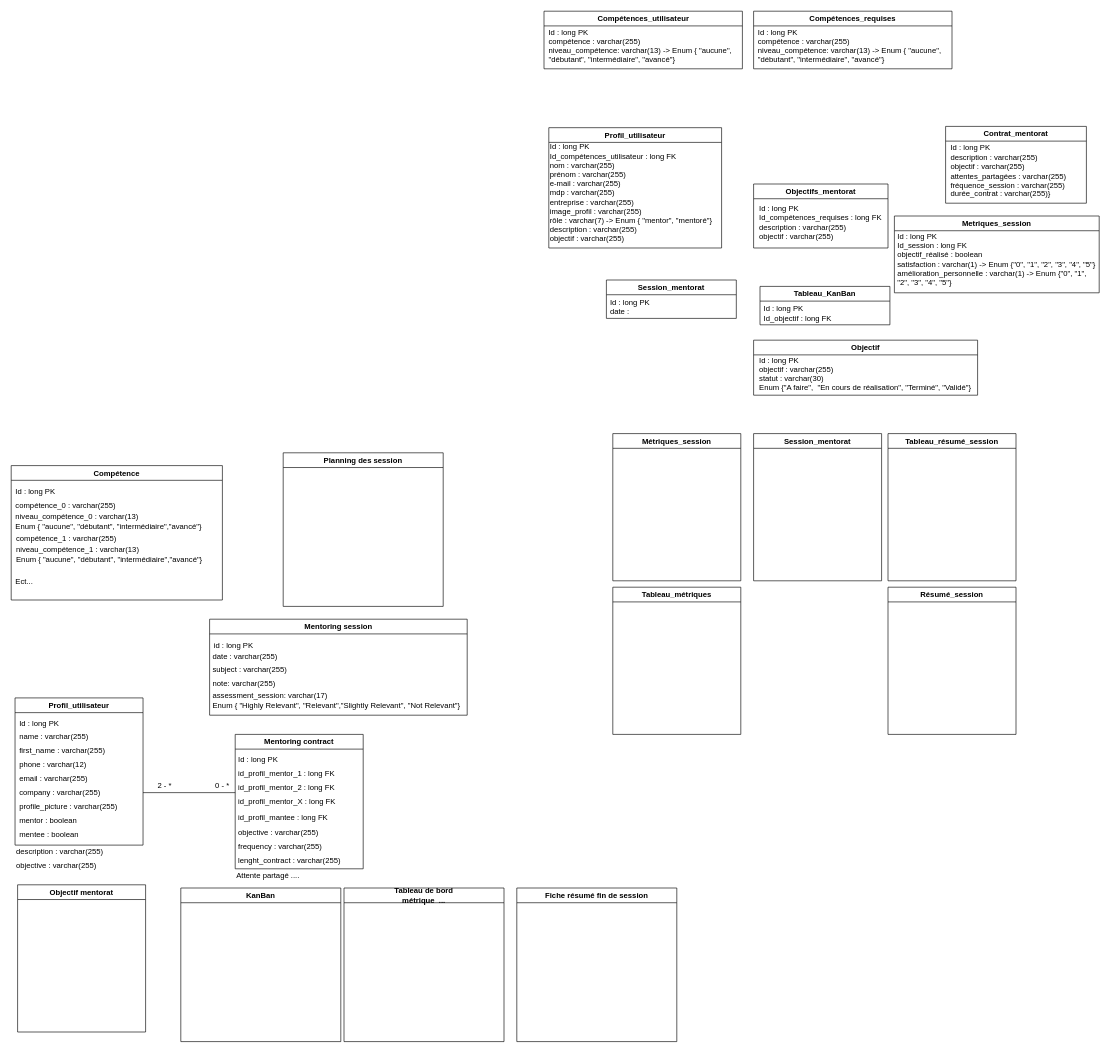
Before: Modèle de domaine/Untitled Diagram.drawio in qbeAccountPro/beraud-quentin-projet-3, a draw.io diagram. Source tidied: cells renumbered, new cells numbered last; positions are measured from the earlier drawing's top-left corner, leaving out a move shared by most shapes. Both pictures are drawn from the tidied source at 64%, with x=0, y=0 at pixel (11, 11).
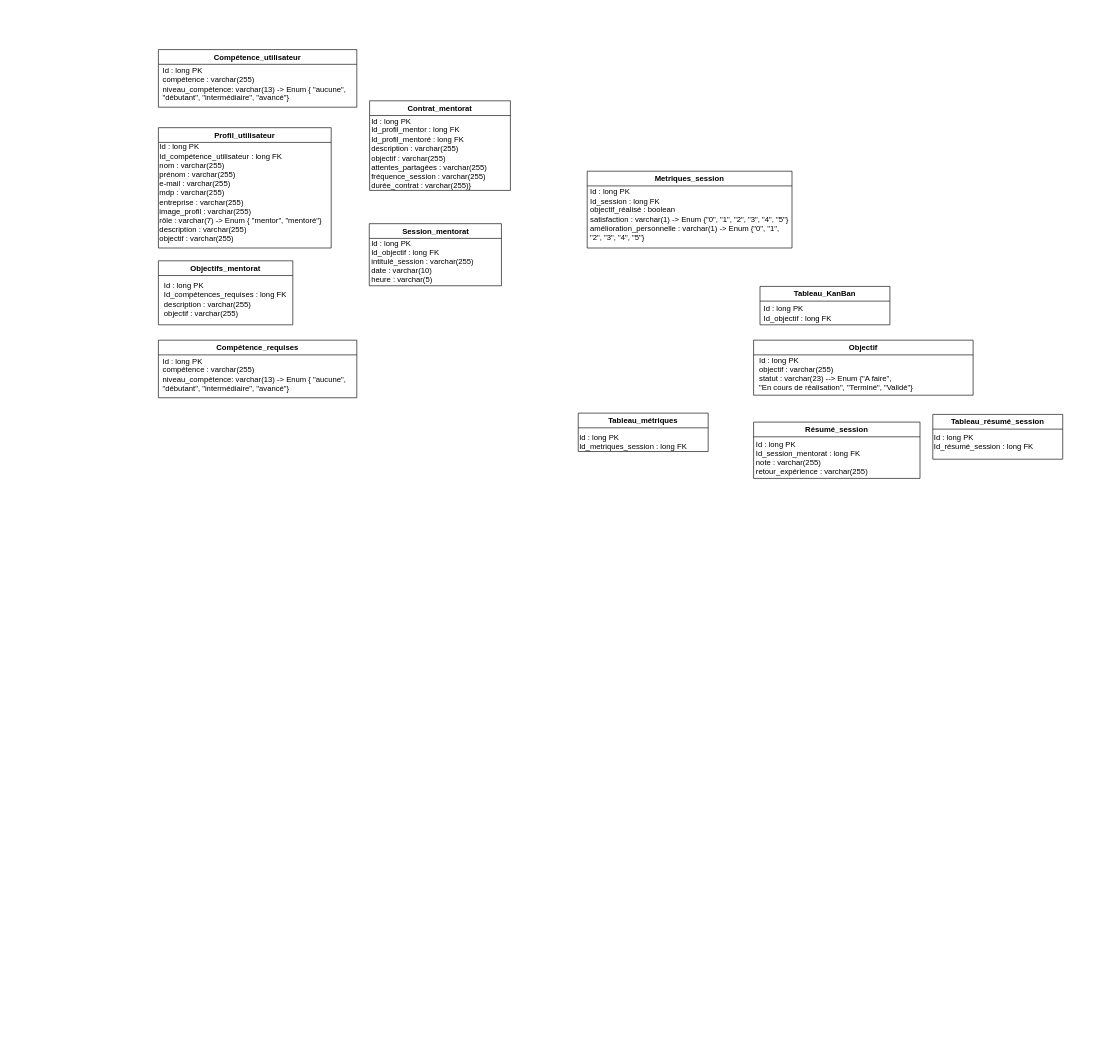
After the change.

Change to the diagram source:
```diff
@@
-    <mxCell id="2" value="Mentoring session" style="swimlane;whiteSpace=wrap;html=1;startSize=23;" parent="1" vertex="1">
-      <mxGeometry x="310" y="950" width="402.5" height="150" as="geometry" />
-    </mxCell>
-    <mxCell id="3" value="&lt;span style=&quot;background-color: initial;&quot;&gt;id : long PK&lt;/span&gt;" style="text;html=1;strokeColor=none;fillColor=none;align=left;verticalAlign=middle;whiteSpace=wrap;rounded=0;fontStyle=0;" parent="2" vertex="1">
-      <mxGeometry x="5" y="30" width="195" height="22" as="geometry" />
-    </mxCell>
-    <mxCell id="4" value="&lt;span style=&quot;background-color: initial;&quot;&gt;date :&amp;nbsp;&lt;/span&gt;varchar(255)" style="text;html=1;strokeColor=none;fillColor=none;align=left;verticalAlign=middle;whiteSpace=wrap;rounded=0;fontStyle=0;" parent="2" vertex="1">
-      <mxGeometry x="2.5" y="47" width="195" height="22" as="geometry" />
-    </mxCell>
-    <mxCell id="5" value="&lt;span style=&quot;background-color: initial;&quot;&gt;subject :&amp;nbsp;&lt;/span&gt;varchar(255)" style="text;html=1;strokeColor=none;fillColor=none;align=left;verticalAlign=middle;whiteSpace=wrap;rounded=0;fontStyle=0;" parent="2" vertex="1">
-      <mxGeometry x="2.5" y="68" width="195" height="22" as="geometry" />
-    </mxCell>
-    <mxCell id="6" value="&lt;span style=&quot;background-color: initial;&quot;&gt;note:&amp;nbsp;&lt;/span&gt;varchar(255)" style="text;html=1;strokeColor=none;fillColor=none;align=left;verticalAlign=middle;whiteSpace=wrap;rounded=0;fontStyle=0;" parent="2" vertex="1">
-      <mxGeometry x="2.5" y="90" width="195" height="22" as="geometry" />
-    </mxCell>
-    <mxCell id="7" value="&lt;span style=&quot;background-color: initial;&quot;&gt;assessment_session:&amp;nbsp;&lt;/span&gt;varchar(17)&lt;br&gt;Enum { &quot;Highly Relevant&quot;, &quot;Relevant&quot;,&quot;Slightly Relevant&quot;, &quot;Not Relevant&quot;&lt;span style=&quot;background-color: initial;&quot;&gt;}&lt;/span&gt;" style="text;html=1;strokeColor=none;fillColor=none;align=left;verticalAlign=middle;whiteSpace=wrap;rounded=0;fontStyle=0;" parent="2" vertex="1">
-      <mxGeometry x="2.5" y="112" width="397.5" height="30" as="geometry" />
-    </mxCell>
-    <mxCell id="8" value="Mentoring contract" style="swimlane;whiteSpace=wrap;html=1;startSize=23;" parent="1" vertex="1">
-      <mxGeometry x="350" y="1130" width="200" height="210" as="geometry" />
-    </mxCell>
-    <mxCell id="9" value="objective&lt;span style=&quot;background-color: initial;&quot;&gt;&amp;nbsp;: varchar(255)&lt;/span&gt;" style="text;html=1;strokeColor=none;fillColor=none;align=left;verticalAlign=middle;whiteSpace=wrap;rounded=0;fontStyle=0;" parent="8" vertex="1">
-      <mxGeometry x="2.5" y="142" width="195" height="22" as="geometry" />
-    </mxCell>
-    <mxCell id="10" value="id_profil_mentor_1 : long FK" style="text;html=1;strokeColor=none;fillColor=none;align=left;verticalAlign=middle;whiteSpace=wrap;rounded=0;fontStyle=0;" parent="8" vertex="1">
-      <mxGeometry x="2.5" y="50" width="195" height="22" as="geometry" />
-    </mxCell>
-    <mxCell id="11" value="&lt;span style=&quot;background-color: initial;&quot;&gt;Id : long PK&lt;/span&gt;" style="text;html=1;strokeColor=none;fillColor=none;align=left;verticalAlign=middle;whiteSpace=wrap;rounded=0;fontStyle=0;" parent="8" vertex="1">
-      <mxGeometry x="2.5" y="28" width="195" height="22" as="geometry" />
-    </mxCell>
-    <mxCell id="12" value="id_profil_mantee : long FK" style="text;html=1;strokeColor=none;fillColor=none;align=left;verticalAlign=middle;whiteSpace=wrap;rounded=0;fontStyle=0;" parent="8" vertex="1">
-      <mxGeometry x="2.5" y="120" width="195" height="22" as="geometry" />
-    </mxCell>
-    <mxCell id="13" value="frequency : varchar(255)" style="text;html=1;strokeColor=none;fillColor=none;align=left;verticalAlign=middle;whiteSpace=wrap;rounded=0;fontStyle=0;" parent="8" vertex="1">
-      <mxGeometry x="2.5" y="165" width="195" height="21" as="geometry" />
-    </mxCell>
-    <mxCell id="14" value="lenght_contract : varchar(255)" style="text;html=1;strokeColor=none;fillColor=none;align=left;verticalAlign=middle;whiteSpace=wrap;rounded=0;fontStyle=0;" parent="8" vertex="1">
-      <mxGeometry x="2.5" y="186" width="195" height="21" as="geometry" />
-    </mxCell>
-    <mxCell id="15" value="id_profil_mentor_2 : long FK" style="text;html=1;strokeColor=none;fillColor=none;align=left;verticalAlign=middle;whiteSpace=wrap;rounded=0;fontStyle=0;" parent="8" vertex="1">
-      <mxGeometry x="2.5" y="72" width="195" height="22" as="geometry" />
-    </mxCell>
-    <mxCell id="16" value="id_profil_mentor_X : long FK" style="text;html=1;strokeColor=none;fillColor=none;align=left;verticalAlign=middle;whiteSpace=wrap;rounded=0;fontStyle=0;" parent="8" vertex="1">
-      <mxGeometry x="2.5" y="94" width="195" height="22" as="geometry" />
-    </mxCell>
-    <mxCell id="17" value="Tableau de bord&lt;br&gt;métrique&amp;nbsp; ..." style="swimlane;whiteSpace=wrap;html=1;" parent="1" vertex="1">
-      <mxGeometry x="520" y="1370" width="250" height="240" as="geometry" />
-    </mxCell>
-    <mxCell id="18" value="Compétence" style="swimlane;whiteSpace=wrap;html=1;" parent="1" vertex="1">
-      <mxGeometry y="710" width="330" height="210" as="geometry" />
-    </mxCell>
-    <mxCell id="19" value="Id : long PK" style="text;html=1;strokeColor=none;fillColor=none;align=left;verticalAlign=middle;whiteSpace=wrap;rounded=0;fontStyle=0;" parent="18" vertex="1">
-      <mxGeometry x="5" y="30" width="115" height="22" as="geometry" />
-    </mxCell>
-    <mxCell id="20" value="compétence_0 : varchar(255)" style="text;html=1;strokeColor=none;fillColor=none;align=left;verticalAlign=middle;whiteSpace=wrap;rounded=0;fontStyle=0;" parent="18" vertex="1">
-      <mxGeometry x="5" y="52" width="175" height="22" as="geometry" />
-    </mxCell>
-    <mxCell id="21" value="niveau_compétence_0 : varchar(13) &lt;br&gt;Enum { &quot;aucune&quot;, &quot;débutant&quot;, &quot;intermédiaire&quot;,&quot;avancé&quot;}" style="text;html=1;strokeColor=none;fillColor=none;align=left;verticalAlign=middle;whiteSpace=wrap;rounded=0;fontStyle=0;" parent="18" vertex="1">
-      <mxGeometry x="5" y="74" width="325" height="26" as="geometry" />
-    </mxCell>
-    <mxCell id="22" value="Ect..." style="text;html=1;strokeColor=none;fillColor=none;align=left;verticalAlign=middle;whiteSpace=wrap;rounded=0;fontStyle=0;" parent="18" vertex="1">
-      <mxGeometry x="5" y="170" width="175" height="22" as="geometry" />
-    </mxCell>
-    <mxCell id="23" style="endArrow=none;html=1;rounded=0;spacing=0;entryX=1;entryY=0.5;entryDx=0;entryDy=0;" parent="1" edge="1" target="36">
-      <mxGeometry relative="1" as="geometry">
-        <mxPoint x="350" y="1221" as="sourcePoint" />
-      </mxGeometry>
-    </mxCell>
-    <mxCell id="24" value="0 - *" style="text;html=1;strokeColor=none;fillColor=none;align=center;verticalAlign=middle;whiteSpace=wrap;rounded=0;spacing=0;fontSize=12;labelPosition=center;verticalLabelPosition=middle;" parent="1" vertex="1">
-      <mxGeometry x="320" y="1200" width="20" height="20" as="geometry" />
-    </mxCell>
-    <mxCell id="25" value="2 - *" style="text;html=1;strokeColor=none;fillColor=none;align=center;verticalAlign=middle;whiteSpace=wrap;rounded=0;spacing=0;fontSize=12;labelPosition=center;verticalLabelPosition=middle;" parent="1" vertex="1">
-      <mxGeometry x="230" y="1200" width="20" height="20" as="geometry" />
-    </mxCell>
-    <mxCell id="26" value="compétence_1 : varchar(255)" style="text;html=1;strokeColor=none;fillColor=none;align=left;verticalAlign=middle;whiteSpace=wrap;rounded=0;fontStyle=0;" parent="1" vertex="1">
-      <mxGeometry x="6" y="814" width="175" height="22" as="geometry" />
-    </mxCell>
-    <mxCell id="27" value="niveau_compétence_1 : varchar(13) &lt;br&gt;Enum { &quot;aucune&quot;, &quot;débutant&quot;, &quot;intermédiaire&quot;,&quot;avancé&quot;}" style="text;html=1;strokeColor=none;fillColor=none;align=left;verticalAlign=middle;whiteSpace=wrap;rounded=0;fontStyle=0;" parent="1" vertex="1">
-      <mxGeometry x="6" y="836" width="325" height="26" as="geometry" />
-    </mxCell>
-    <mxCell id="28" value="Profil_utilisateur" style="swimlane;whiteSpace=wrap;html=1;" parent="1" vertex="1">
-      <mxGeometry x="6" y="1073" width="200" height="230" as="geometry" />
-    </mxCell>
-    <mxCell id="29" value="Id : long PK" style="text;html=1;strokeColor=none;fillColor=none;align=left;verticalAlign=middle;whiteSpace=wrap;rounded=0;fontStyle=0;" parent="28" vertex="1">
-      <mxGeometry x="5" y="30" width="115" height="22" as="geometry" />
-    </mxCell>
-    <mxCell id="30" value="name : varchar(255)" style="text;html=1;strokeColor=none;fillColor=none;align=left;verticalAlign=middle;whiteSpace=wrap;rounded=0;fontStyle=0;" parent="28" vertex="1">
-      <mxGeometry x="5" y="49" width="125" height="22" as="geometry" />
-    </mxCell>
-    <mxCell id="31" value="first_name : varchar(255)" style="text;html=1;strokeColor=none;fillColor=none;align=left;verticalAlign=middle;whiteSpace=wrap;rounded=0;fontStyle=0;" parent="28" vertex="1">
-      <mxGeometry x="5" y="71" width="195" height="22" as="geometry" />
-    </mxCell>
-    <mxCell id="32" value="phone : varchar(12)" style="text;html=1;strokeColor=none;fillColor=none;align=left;verticalAlign=middle;whiteSpace=wrap;rounded=0;fontStyle=0;" parent="28" vertex="1">
-      <mxGeometry x="5" y="93" width="195" height="22" as="geometry" />
-    </mxCell>
-    <mxCell id="33" value="email : varchar(255)" style="text;html=1;strokeColor=none;fillColor=none;align=left;verticalAlign=middle;whiteSpace=wrap;rounded=0;fontStyle=0;" parent="28" vertex="1">
-      <mxGeometry x="5" y="115" width="195" height="22" as="geometry" />
-    </mxCell>
-    <mxCell id="34" value="&lt;span style=&quot;background-color: initial;&quot;&gt;mentor : boolean&lt;/span&gt;" style="text;html=1;strokeColor=none;fillColor=none;align=left;verticalAlign=middle;whiteSpace=wrap;rounded=0;fontStyle=0;" parent="28" vertex="1">
-      <mxGeometry x="5" y="181" width="195" height="22" as="geometry" />
-    </mxCell>
-    <mxCell id="35" value="&lt;span style=&quot;background-color: initial;&quot;&gt;mentee : boolean&lt;/span&gt;" style="text;html=1;strokeColor=none;fillColor=none;align=left;verticalAlign=middle;whiteSpace=wrap;rounded=0;fontStyle=0;" parent="28" vertex="1">
-      <mxGeometry x="5" y="203" width="195" height="22" as="geometry" />
-    </mxCell>
-    <mxCell id="36" value="&lt;span style=&quot;background-color: initial;&quot;&gt;company : varchar(255)&lt;/span&gt;" style="text;html=1;strokeColor=none;fillColor=none;align=left;verticalAlign=middle;whiteSpace=wrap;rounded=0;fontStyle=0;" parent="28" vertex="1">
-      <mxGeometry x="5" y="137" width="195" height="22" as="geometry" />
-    </mxCell>
-    <mxCell id="37" value="profile_picture : varchar(255)" style="text;html=1;strokeColor=none;fillColor=none;align=left;verticalAlign=middle;whiteSpace=wrap;rounded=0;fontStyle=0;" parent="28" vertex="1">
-      <mxGeometry x="5" y="159" width="175" height="22" as="geometry" />
-    </mxCell>
-    <mxCell id="38" value="Fiche résumé fin de session" style="swimlane;whiteSpace=wrap;html=1;" parent="1" vertex="1">
-      <mxGeometry x="790" y="1370" width="250" height="240" as="geometry" />
-    </mxCell>
-    <mxCell id="39" value="objective : varchar(255)" style="text;html=1;strokeColor=none;fillColor=none;align=left;verticalAlign=middle;whiteSpace=wrap;rounded=0;fontStyle=0;" parent="1" vertex="1">
-      <mxGeometry x="6" y="1325" width="175" height="22" as="geometry" />
-    </mxCell>
-    <mxCell id="40" value="description : varchar(255)" style="text;html=1;strokeColor=none;fillColor=none;align=left;verticalAlign=middle;whiteSpace=wrap;rounded=0;fontStyle=0;" parent="1" vertex="1">
-      <mxGeometry x="6" y="1303" width="175" height="22" as="geometry" />
-    </mxCell>
-    <mxCell id="41" value="Attente partagé ...." style="text;html=1;strokeColor=none;fillColor=none;align=left;verticalAlign=middle;whiteSpace=wrap;rounded=0;fontStyle=0;" parent="1" vertex="1">
-      <mxGeometry x="350" y="1340" width="195" height="21" as="geometry" />
-    </mxCell>
-    <mxCell id="42" value="KanBan" style="swimlane;whiteSpace=wrap;html=1;" parent="1" vertex="1">
-      <mxGeometry x="265" y="1370" width="250" height="240" as="geometry" />
-    </mxCell>
-    <mxCell id="43" value="Planning des session" style="swimlane;whiteSpace=wrap;html=1;" parent="1" vertex="1">
-      <mxGeometry x="425" y="690" width="250" height="240" as="geometry" />
-    </mxCell>
-    <mxCell id="44" value="Objectif mentorat" style="swimlane;whiteSpace=wrap;html=1;" parent="1" vertex="1">
-      <mxGeometry x="10" y="1365" width="200" height="230" as="geometry" />
-    </mxCell>
     <mxCell id="45" value="Profil_utilisateur" style="swimlane;whiteSpace=wrap;html=1;" parent="1" vertex="1">
-      <mxGeometry x="840" y="182" width="270" height="188" as="geometry" />
+      <mxGeometry x="230" y="182" width="270" height="188" as="geometry" />
     </mxCell>
-    <mxCell id="46" value="Id : long PK&lt;br&gt;Id_compétences_utilisateur : long FK&lt;br&gt;nom : varchar(255)&lt;br&gt;prénom : varchar(255)&lt;br&gt;e-mail : varchar(255)&lt;br&gt;mdp : varchar(255)&lt;br&gt;entreprise : varchar(255)&lt;br&gt;image_profil : varchar(255)&lt;br&gt;rôle : varchar(7) -&amp;gt; Enum { &quot;mentor&quot;, &quot;mentoré&quot;}&lt;br&gt;description : varchar(255)&lt;br&gt;objectif : varchar(255)" style="text;html=1;strokeColor=none;fillColor=none;align=left;verticalAlign=middle;whiteSpace=wrap;rounded=1;fontStyle=0;" parent="45" vertex="1">
+    <mxCell id="46" value="Id : long PK&lt;br&gt;Id_compétence_utilisateur : long FK&lt;br&gt;nom : varchar(255)&lt;br&gt;prénom : varchar(255)&lt;br&gt;e-mail : varchar(255)&lt;br&gt;mdp : varchar(255)&lt;br&gt;entreprise : varchar(255)&lt;br&gt;image_profil : varchar(255)&lt;br&gt;rôle : varchar(7) -&amp;gt; Enum { &quot;mentor&quot;, &quot;mentoré&quot;}&lt;br&gt;description : varchar(255)&lt;br&gt;objectif : varchar(255)" style="text;html=1;strokeColor=none;fillColor=none;align=left;verticalAlign=middle;whiteSpace=wrap;rounded=1;fontStyle=0;" parent="45" vertex="1">
       <mxGeometry y="24" width="260" height="155" as="geometry" />
     </mxCell>
     <mxCell id="47" value="Objectifs_mentorat" style="swimlane;whiteSpace=wrap;html=1;" parent="1" vertex="1">
-      <mxGeometry x="1160" y="270" width="210" height="100" as="geometry" />
+      <mxGeometry x="230" y="390" width="210" height="100" as="geometry" />
     </mxCell>
@@
     <mxCell id="49" value="Contrat_mentorat" style="swimlane;whiteSpace=wrap;html=1;" parent="1" vertex="1">
-      <mxGeometry x="1460" y="180" width="220" height="120" as="geometry" />
+      <mxGeometry x="560" y="140" width="220" height="140" as="geometry" />
     </mxCell>
-    <mxCell id="50" value="Id : long PK&lt;br&gt;description : varchar(255)&lt;br&gt;objectif : varchar(255)&lt;br&gt;attentes_partagées : varchar(255)&lt;br&gt;fréquence_session : varchar(255)&lt;br&gt;durée_contrat : varchar(255)}" style="text;html=1;strokeColor=none;fillColor=none;align=left;verticalAlign=middle;whiteSpace=wrap;rounded=1;fontStyle=0;" parent="49" vertex="1">
-      <mxGeometry x="6" y="25" width="200" height="90" as="geometry" />
+    <mxCell id="50" value="Id : long PK&lt;br&gt;Id_profil_mentor : long FK&lt;br&gt;Id_profil_mentoré : long FK&lt;br&gt;description : varchar(255)&lt;br&gt;objectif : varchar(255)&lt;br&gt;attentes_partagées : varchar(255)&lt;br&gt;fréquence_session : varchar(255)&lt;br&gt;durée_contrat : varchar(255)}" style="text;html=1;strokeColor=none;fillColor=none;align=left;verticalAlign=middle;whiteSpace=wrap;rounded=1;fontStyle=0;" parent="49" vertex="1">
+      <mxGeometry x="1.2" y="24.5" width="200" height="115" as="geometry" />
     </mxCell>
     <mxCell id="51" value="Session_mentorat" style="swimlane;whiteSpace=wrap;html=1;startSize=23;" parent="1" vertex="1">
-      <mxGeometry x="930" y="420" width="203" height="60" as="geometry" />
+      <mxGeometry x="559.5" y="332" width="206.5" height="97" as="geometry" />
     </mxCell>
-    <mxCell id="52" value="Id : long PK&lt;br&gt;date :&amp;nbsp;" style="text;html=1;strokeColor=none;fillColor=none;align=left;verticalAlign=middle;whiteSpace=wrap;rounded=1;fontStyle=0;" parent="51" vertex="1">
-      <mxGeometry x="3.5" y="27" width="203" height="30" as="geometry" />
+    <mxCell id="52" value="Id : long PK&lt;br&gt;Id_objectif : long FK&lt;br&gt;intitulé_session : varchar(255)&lt;br&gt;date : varchar(10)&lt;br&gt;heure : varchar(5)" style="text;html=1;strokeColor=none;fillColor=none;align=left;verticalAlign=middle;whiteSpace=wrap;rounded=1;fontStyle=0;" parent="51" vertex="1">
+      <mxGeometry x="1.8" y="28" width="203" height="61" as="geometry" />
     </mxCell>
     <mxCell id="53" value="Metriques_session" style="swimlane;whiteSpace=wrap;html=1;" parent="1" vertex="1">
-      <mxGeometry x="1380" y="320" width="320" height="120" as="geometry" />
+      <mxGeometry x="900" y="250" width="320" height="120" as="geometry" />
     </mxCell>
-    <mxCell id="54" value="Métriques_session" style="swimlane;whiteSpace=wrap;html=1;" parent="1" vertex="1">
-      <mxGeometry x="940" y="660" width="200" height="230" as="geometry" />
-    </mxCell>
-    <mxCell id="55" value="Session_mentorat" style="swimlane;whiteSpace=wrap;html=1;" parent="1" vertex="1">
-      <mxGeometry x="1160" y="660" width="200" height="230" as="geometry" />
-    </mxCell>
     <mxCell id="56" value="Tableau_résumé_session" style="swimlane;whiteSpace=wrap;html=1;" parent="1" vertex="1">
-      <mxGeometry x="1370" y="660" width="200" height="230" as="geometry" />
+      <mxGeometry x="1440" y="630" width="203" height="70" as="geometry" />
     </mxCell>
+    <mxCell id="68" value="Id : long PK&lt;br&gt;Id_résumé_session : long FK" style="text;html=1;strokeColor=none;fillColor=none;align=left;verticalAlign=middle;whiteSpace=wrap;rounded=1;fontStyle=0;" parent="56" vertex="1">
+      <mxGeometry y="28" width="203" height="30" as="geometry" />
+    </mxCell>
     <mxCell id="57" value="Tableau_métriques" style="swimlane;whiteSpace=wrap;html=1;" parent="1" vertex="1">
-      <mxGeometry x="940" y="900" width="200" height="230" as="geometry" />
+      <mxGeometry x="886" y="628" width="203" height="60" as="geometry" />
     </mxCell>
+    <mxCell id="69" value="Id : long PK&lt;br&gt;Id_metriques_session&amp;nbsp;: long FK" style="text;html=1;strokeColor=none;fillColor=none;align=left;verticalAlign=middle;whiteSpace=wrap;rounded=1;fontStyle=0;" parent="57" vertex="1">
+      <mxGeometry y="30" width="203" height="30" as="geometry" />
+    </mxCell>
     <mxCell id="58" value="Résumé_session" style="swimlane;whiteSpace=wrap;html=1;" parent="1" vertex="1">
-      <mxGeometry x="1370" y="900" width="200" height="230" as="geometry" />
+      <mxGeometry x="1160" y="642" width="260" height="88" as="geometry" />
     </mxCell>
+    <mxCell id="70" value="Id : long PK&lt;br&gt;Id_session_mentorat : long FK&lt;br&gt;note : varchar(255)&lt;br&gt;retour_expérience : varchar(255)" style="text;html=1;strokeColor=none;fillColor=none;align=left;verticalAlign=middle;whiteSpace=wrap;rounded=1;fontStyle=0;" parent="58" vertex="1">
+      <mxGeometry x="2" y="24" width="242.5" height="64" as="geometry" />
+    </mxCell>
-    <mxCell id="59" value="Compétences_requises" style="swimlane;whiteSpace=wrap;html=1;" parent="1" vertex="1">
-      <mxGeometry x="1160" width="310" height="90" as="geometry" />
+    <mxCell id="59" value="Compétence_requises" style="swimlane;whiteSpace=wrap;html=1;" parent="1" vertex="1">
+      <mxGeometry x="230" y="514" width="310" height="90" as="geometry" />
     </mxCell>
@@
-    <mxCell id="61" value="Compétences_utilisateur" style="swimlane;whiteSpace=wrap;html=1;" parent="1" vertex="1">
-      <mxGeometry x="832.5" width="310" height="90" as="geometry" />
+    <mxCell id="61" value="Compétence_utilisateur" style="swimlane;whiteSpace=wrap;html=1;" parent="1" vertex="1">
+      <mxGeometry x="230" y="60" width="310" height="90" as="geometry" />
     </mxCell>
@@
     <mxCell id="63" value="Objectif" style="swimlane;whiteSpace=wrap;html=1;" parent="1" vertex="1">
-      <mxGeometry x="1160" y="514" width="350" height="86" as="geometry" />
+      <mxGeometry x="1160" y="514" width="343" height="86" as="geometry" />
     </mxCell>
-    <mxCell id="64" value="Id : long PK&lt;br&gt;objectif : varchar(255)&lt;br&gt;statut : varchar(30)&lt;br&gt;Enum {&quot;A faire&quot;,&amp;nbsp; &quot;En cours de réalisation&quot;, &quot;Terminé&quot;, &quot;Validé&quot;}&amp;nbsp;" style="text;html=1;strokeColor=none;fillColor=none;align=left;verticalAlign=middle;whiteSpace=wrap;rounded=1;fontStyle=0;" parent="1" vertex="1">
-      <mxGeometry x="1167" y="541" width="353" height="52" as="geometry" />
+    <mxCell id="64" value="Id : long PK&lt;br&gt;objectif : varchar(255)&lt;br&gt;statut : varchar(23) --&amp;gt;&amp;nbsp;Enum {&quot;A faire&quot;,&amp;nbsp; &lt;br&gt;&quot;En cours de réalisation&quot;, &quot;Terminé&quot;, &quot;Validé&quot;}&amp;nbsp;" style="text;html=1;strokeColor=none;fillColor=none;align=left;verticalAlign=middle;whiteSpace=wrap;rounded=1;fontStyle=0;" parent="1" vertex="1">
+      <mxGeometry x="1167" y="541" width="253" height="52" as="geometry" />
     </mxCell>
     <mxCell id="65" value="Id : long PK&lt;br&gt;Id_session : long FK&lt;br&gt;objectif_réalisé : boolean&amp;nbsp;&lt;br&gt;satisfaction : varchar(1) -&amp;gt; Enum {&quot;0&quot;, &quot;1&quot;, &quot;2&quot;, &quot;3&quot;, &quot;4&quot;, &quot;5&quot;}&lt;br&gt;amélioration_personnelle : varchar(1)&amp;nbsp;-&amp;gt; Enum {&quot;0&quot;, &quot;1&quot;, &quot;2&quot;, &quot;3&quot;, &quot;4&quot;, &quot;5&quot;}" style="text;html=1;strokeColor=none;fillColor=none;align=left;verticalAlign=middle;whiteSpace=wrap;rounded=1;fontStyle=0;" parent="1" vertex="1">
-      <mxGeometry x="1383" y="343" width="313" height="90" as="geometry" />
+      <mxGeometry x="903" y="273" width="313" height="90" as="geometry" />
     </mxCell>
```
